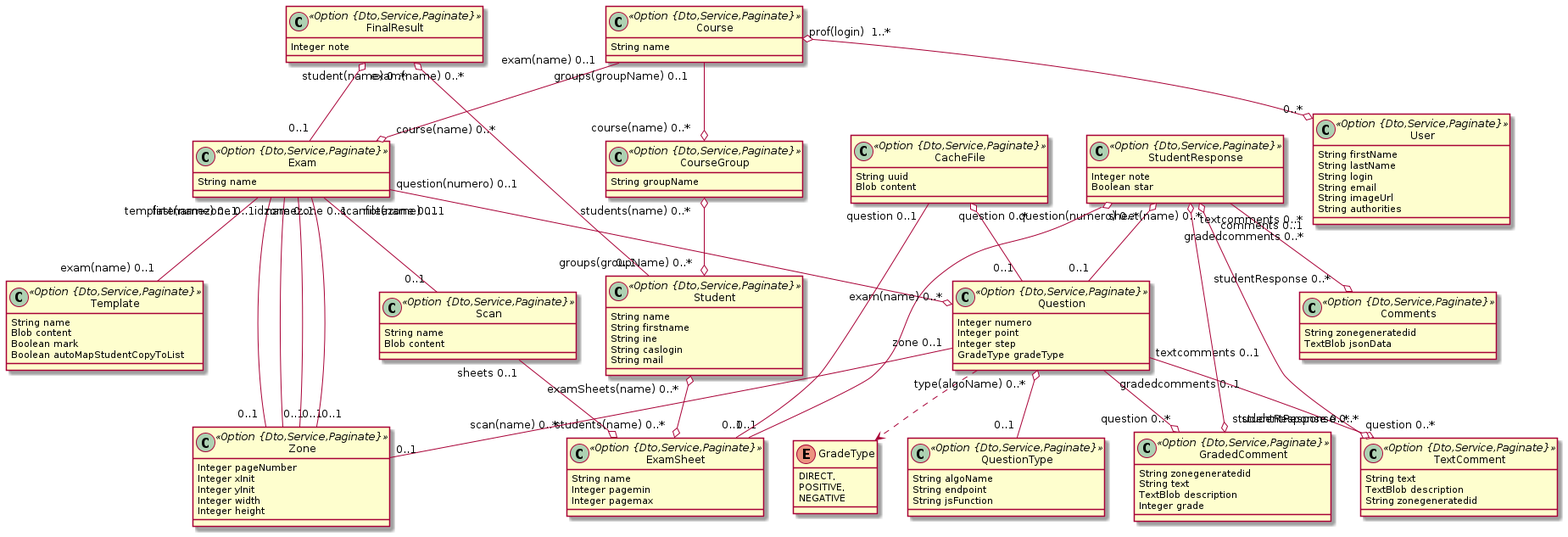
Above: model.png in correctexam/corrigeExamBack (PlantUML), before the change.
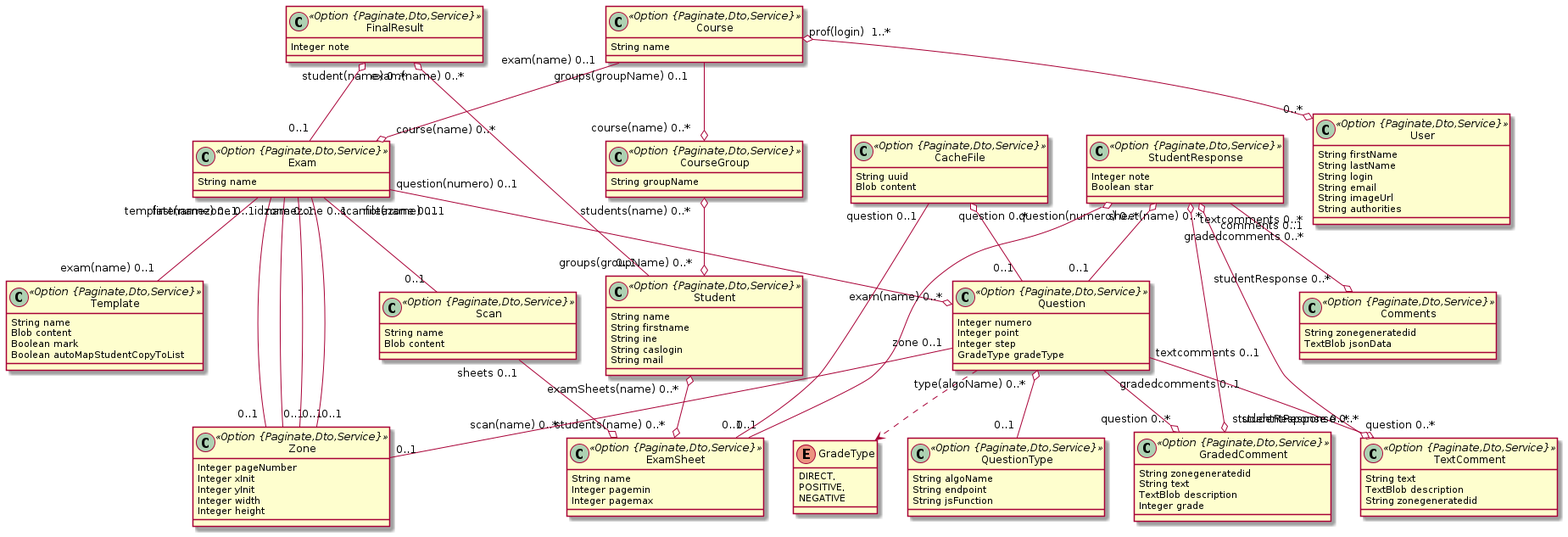
Above is the later version.

Commit message:
improve exam and module deletion

Change to the diagram source:
```diff
@@ -1,28 +1,28 @@
 @startuml
 	!pragma syntax class
-	class Course <<Option {Dto,Service,Paginate}>> {
+	class Course <<Option {Paginate,Dto,Service}>> {
 		String name
 	}
-	class CourseGroup <<Option {Dto,Service,Paginate}>> {
+	class CourseGroup <<Option {Paginate,Dto,Service}>> {
 		String groupName
 	}
-	class Student <<Option {Dto,Service,Paginate}>> {
+	class Student <<Option {Paginate,Dto,Service}>> {
 		String name
 		String firstname
 		String ine
 		String caslogin
 		String mail
 	}
-	class Exam <<Option {Dto,Service,Paginate}>> {
+	class Exam <<Option {Paginate,Dto,Service}>> {
 		String name
 	}
-	class Template <<Option {Dto,Service,Paginate}>> {
+	class Template <<Option {Paginate,Dto,Service}>> {
 		String name
 		Blob content
 		Boolean mark
 		Boolean autoMapStudentCopyToList
 	}
-	class Question <<Option {Dto,Service,Paginate}>> {
+	class Question <<Option {Paginate,Dto,Service}>> {
 		Integer numero
 		Integer point
 		Integer step
@@ -34,50 +34,50 @@
 		POSITIVE,
 		NEGATIVE
 	}
-	class QuestionType <<Option {Dto,Service,Paginate}>> {
+	class QuestionType <<Option {Paginate,Dto,Service}>> {
 		String algoName
 		String endpoint
 		String jsFunction
 	}
-	class ExamSheet <<Option {Dto,Service,Paginate}>> {
+	class ExamSheet <<Option {Paginate,Dto,Service}>> {
 		String name
 		Integer pagemin
 		Integer pagemax
 	}
-	class Scan <<Option {Dto,Service,Paginate}>> {
+	class Scan <<Option {Paginate,Dto,Service}>> {
 		String name
 		Blob content
 	}
-	class FinalResult <<Option {Dto,Service,Paginate}>> {
+	class FinalResult <<Option {Paginate,Dto,Service}>> {
 		Integer note
 	}
-	class StudentResponse <<Option {Dto,Service,Paginate}>> {
+	class StudentResponse <<Option {Paginate,Dto,Service}>> {
 		Integer note
 		Boolean star
 	}
-	class TextComment <<Option {Dto,Service,Paginate}>> {
+	class TextComment <<Option {Paginate,Dto,Service}>> {
 		String text
 		TextBlob description
 		String zonegeneratedid
 	}
-	class GradedComment <<Option {Dto,Service,Paginate}>> {
+	class GradedComment <<Option {Paginate,Dto,Service}>> {
 		String zonegeneratedid
 		String text
 		TextBlob description
 		Integer grade
 	}
-	class Comments <<Option {Dto,Service,Paginate}>> {
+	class Comments <<Option {Paginate,Dto,Service}>> {
 		String zonegeneratedid
 		TextBlob jsonData
 	}
-	class Zone <<Option {Dto,Service,Paginate}>> {
+	class Zone <<Option {Paginate,Dto,Service}>> {
 		Integer pageNumber
 		Integer xInit
 		Integer yInit
 		Integer width
 		Integer height
 	}
-	class CacheFile <<Option {Dto,Service,Paginate}>> {
+	class CacheFile <<Option {Paginate,Dto,Service}>> {
 		String uuid
 		Blob content
 	}
@@ -107,7 +107,7 @@
 	Exam  "notezone 0..1 " -- "0..1 "  Zone
 	Exam  "scanfile(name) 0..1 " -- "0..1 "  Scan
 	CacheFile  "question 0..1 " -- "0..1 "  ExamSheet
-	class User <<Option {Dto,Service,Paginate}>> {
+	class User <<Option {Paginate,Dto,Service}>> {
 		String firstName
 		String lastName
 		String login
```
